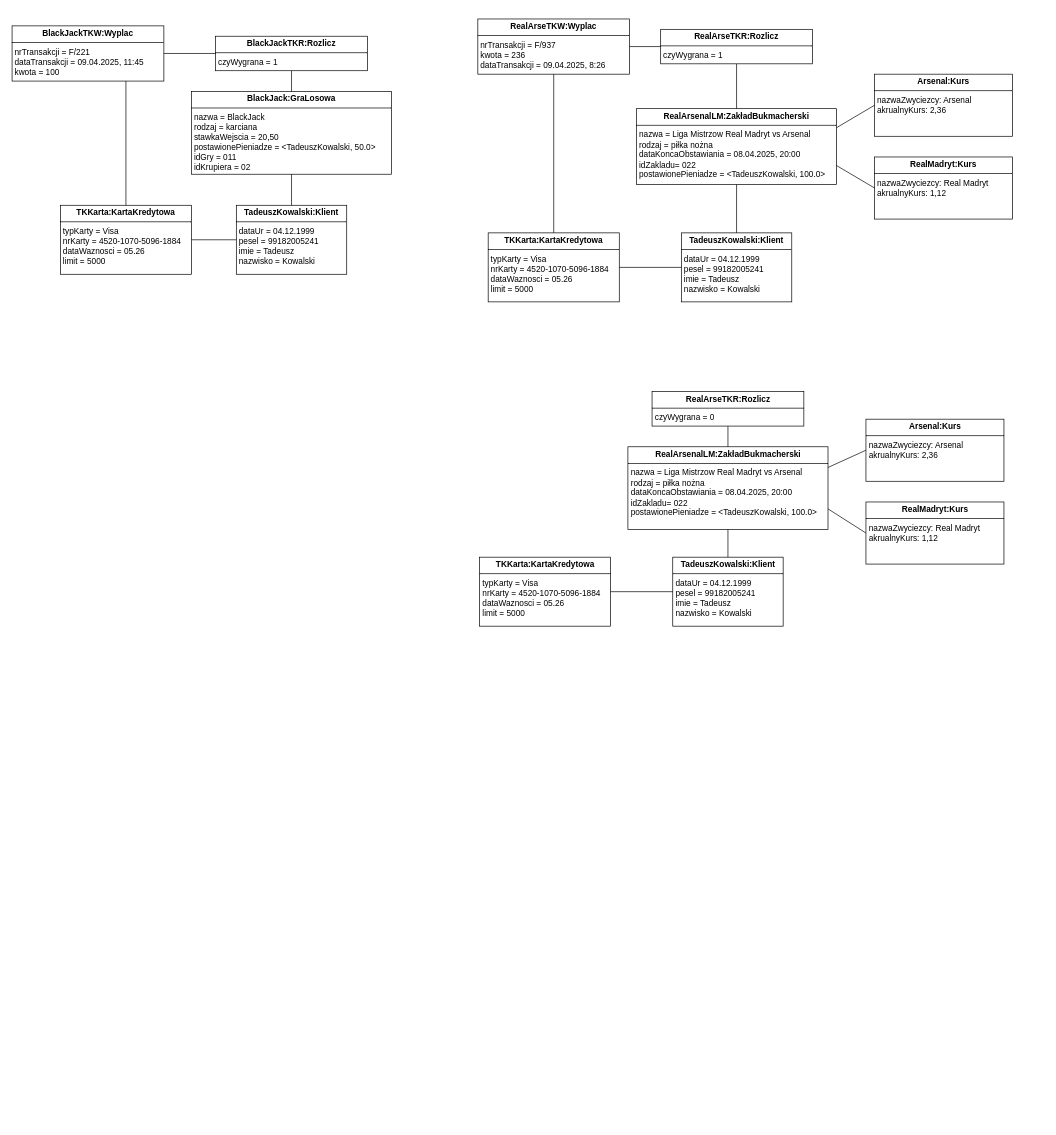
TISharker/PSI_Projekt keeps this draw.io diagram as cw5/diagram_obiektow.drawio. Above is the earlier version. Source tidied: cells renumbered, new cells numbered last; positions are measured from the earlier drawing's top-left corner, leaving out a move shared by most shapes. Both pictures are drawn from the tidied source at 69%, with x=0, y=0 at pixel (12, 19).
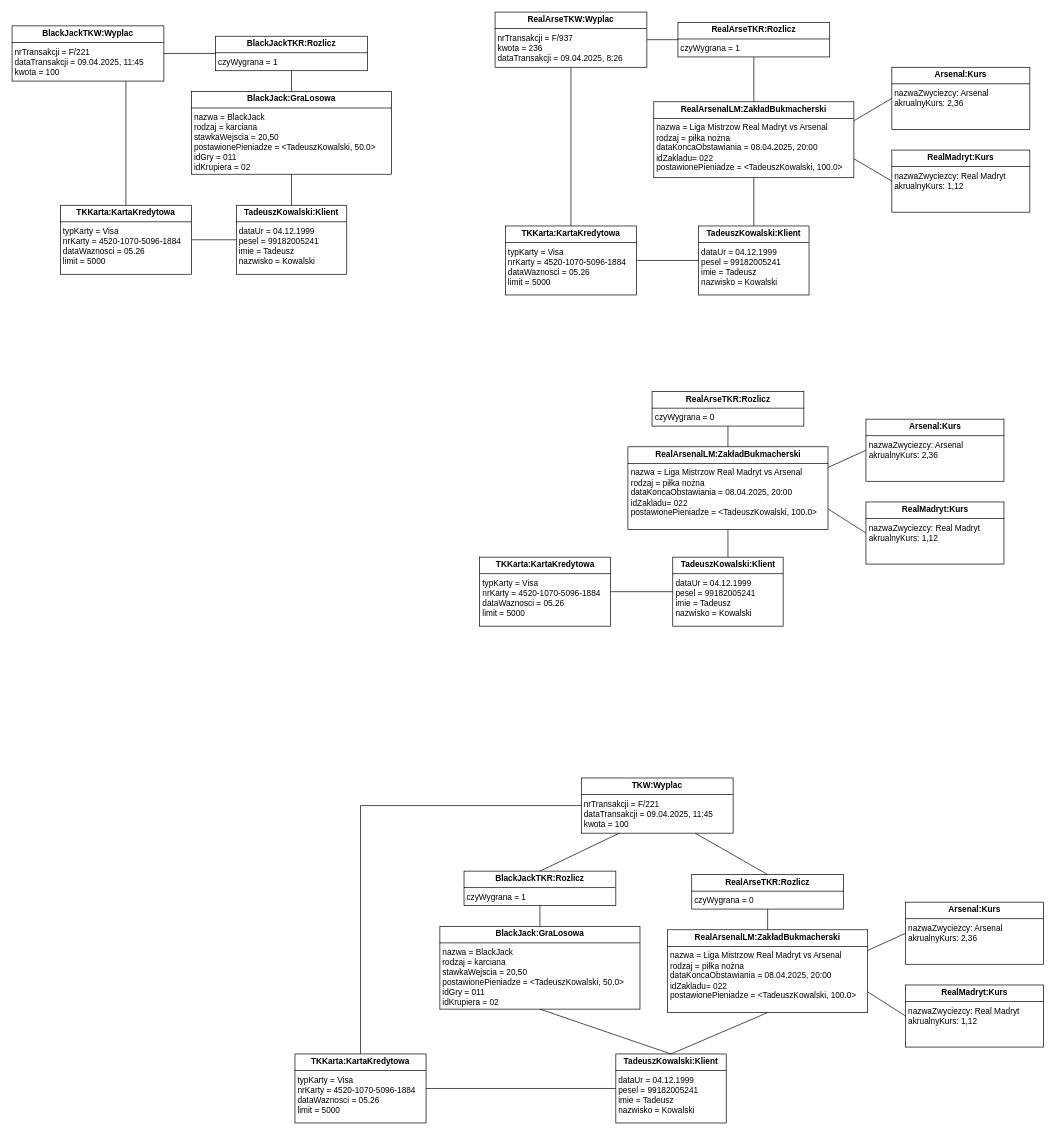
Above is the later version.

Diff of the diagram source:
```diff
@@
     <mxCell id="2" value="&lt;p style=&quot;margin:0px;margin-top:4px;text-align:center;&quot;&gt;&lt;b&gt;RealArsenalLM:ZakładBukmacherski&lt;/b&gt;&lt;/p&gt;&lt;hr size=&quot;1&quot; style=&quot;border-style:solid;&quot;&gt;&lt;p style=&quot;margin:0px;margin-left:4px;&quot;&gt;nazwa = Liga Mistrzow Real Madryt vs Arsenal&lt;/p&gt;&lt;p style=&quot;margin:0px;margin-left:4px;&quot;&gt;rodzaj = piłka nożna&lt;/p&gt;&lt;p style=&quot;margin:0px;margin-left:4px;&quot;&gt;dataKoncaObstawiania = 08.04.2025, 20:00&lt;/p&gt;&lt;p style=&quot;margin:0px;margin-left:4px;&quot;&gt;idZakladu= 022&lt;/p&gt;&lt;p style=&quot;margin:0px;margin-left:4px;&quot;&gt;postawionePieniadze = &amp;lt;TadeuszKowalski, 100.0&amp;gt;&lt;/p&gt;" style="verticalAlign=top;align=left;overflow=fill;html=1;whiteSpace=wrap;" parent="1" vertex="1">
-      <mxGeometry x="905" y="130" width="290" height="110" as="geometry" />
+      <mxGeometry x="930" y="120" width="290" height="110" as="geometry" />
     </mxCell>
@@
     <mxCell id="5" value="&lt;p style=&quot;margin:0px;margin-top:4px;text-align:center;&quot;&gt;&lt;b&gt;RealMadryt:Kurs&lt;/b&gt;&lt;/p&gt;&lt;hr size=&quot;1&quot; style=&quot;border-style:solid;&quot;&gt;&lt;p style=&quot;margin:0px;margin-left:4px;&quot;&gt;nazwaZwyciezcy: Real Madryt&lt;/p&gt;&lt;p style=&quot;margin:0px;margin-left:4px;&quot;&gt;akrualnyKurs: 1,12&lt;/p&gt;" style="verticalAlign=top;align=left;overflow=fill;html=1;whiteSpace=wrap;" parent="1" vertex="1">
-      <mxGeometry x="1250" y="200" width="200" height="90" as="geometry" />
+      <mxGeometry x="1275" y="190" width="200" height="90" as="geometry" />
     </mxCell>
@@
     <mxCell id="10" value="&lt;p style=&quot;margin:0px;margin-top:4px;text-align:center;&quot;&gt;&lt;b&gt;TadeuszKowalski:Klient&lt;/b&gt;&lt;/p&gt;&lt;hr size=&quot;1&quot; style=&quot;border-style:solid;&quot;&gt;&lt;p style=&quot;margin:0px;margin-left:4px;&quot;&gt;dataUr = 04.12.1999&lt;/p&gt;&lt;p style=&quot;margin:0px;margin-left:4px;&quot;&gt;pesel = 99182005241&lt;/p&gt;&lt;p style=&quot;margin:0px;margin-left:4px;&quot;&gt;imie = Tadeusz&lt;/p&gt;&lt;p style=&quot;margin:0px;margin-left:4px;&quot;&gt;nazwisko = Kowalski&lt;/p&gt;" style="verticalAlign=top;align=left;overflow=fill;html=1;whiteSpace=wrap;" parent="1" vertex="1">
-      <mxGeometry x="970" y="310" width="160" height="100" as="geometry" />
+      <mxGeometry x="995" y="300" width="160" height="100" as="geometry" />
     </mxCell>
     <mxCell id="11" value="&lt;p style=&quot;margin:0px;margin-top:4px;text-align:center;&quot;&gt;&lt;b&gt;TKKarta:KartaKredytowa&lt;/b&gt;&lt;/p&gt;&lt;hr size=&quot;1&quot; style=&quot;border-style:solid;&quot;&gt;&lt;p style=&quot;margin:0px;margin-left:4px;&quot;&gt;typKarty = Visa&lt;/p&gt;&lt;p style=&quot;margin:0px;margin-left:4px;&quot;&gt;nrKarty = 4520-1070-5096-1884&lt;/p&gt;&lt;p style=&quot;margin:0px;margin-left:4px;&quot;&gt;dataWaznosci = 05.26&lt;/p&gt;&lt;p style=&quot;margin:0px;margin-left:4px;&quot;&gt;limit = 5000&lt;/p&gt;&lt;p style=&quot;margin:0px;margin-left:4px;&quot;&gt;&lt;br&gt;&lt;/p&gt;" style="verticalAlign=top;align=left;overflow=fill;html=1;whiteSpace=wrap;" parent="1" vertex="1">
-      <mxGeometry x="690" y="310" width="190" height="100" as="geometry" />
+      <mxGeometry x="715" y="300" width="190" height="100" as="geometry" />
     </mxCell>
@@
     <mxCell id="13" value="&lt;p style=&quot;margin:0px;margin-top:4px;text-align:center;&quot;&gt;&lt;b&gt;Arsenal:Kurs&lt;/b&gt;&lt;/p&gt;&lt;hr size=&quot;1&quot; style=&quot;border-style:solid;&quot;&gt;&lt;p style=&quot;margin:0px;margin-left:4px;&quot;&gt;nazwaZwyciezcy: Arsenal&lt;/p&gt;&lt;p style=&quot;margin:0px;margin-left:4px;&quot;&gt;akrualnyKurs: 2,36&lt;/p&gt;" style="verticalAlign=top;align=left;overflow=fill;html=1;whiteSpace=wrap;" parent="1" vertex="1">
-      <mxGeometry x="1250" y="80" width="200" height="90" as="geometry" />
+      <mxGeometry x="1275" y="70" width="200" height="90" as="geometry" />
     </mxCell>
@@
     <mxCell id="18" value="&lt;p style=&quot;margin:0px;margin-top:4px;text-align:center;&quot;&gt;&lt;b&gt;RealArseTKW:Wyplac&lt;/b&gt;&lt;/p&gt;&lt;hr size=&quot;1&quot; style=&quot;border-style:solid;&quot;&gt;&lt;p style=&quot;margin:0px;margin-left:4px;&quot;&gt;nrTransakcji = F/937&lt;/p&gt;&lt;p style=&quot;margin:0px;margin-left:4px;&quot;&gt;kwota = 236&lt;/p&gt;&lt;p style=&quot;margin:0px;margin-left:4px;&quot;&gt;dataTransakcji = 09.04.2025, 8:26&lt;/p&gt;&lt;p style=&quot;margin:0px;margin-left:4px;&quot;&gt;&lt;br&gt;&lt;/p&gt;&lt;p style=&quot;margin:0px;margin-left:4px;&quot;&gt;&lt;br&gt;&lt;/p&gt;" style="verticalAlign=top;align=left;overflow=fill;html=1;whiteSpace=wrap;" parent="1" vertex="1">
-      <mxGeometry x="675" width="220" height="80" as="geometry" />
+      <mxGeometry x="700" y="-10" width="220" height="80" as="geometry" />
     </mxCell>
@@
     <mxCell id="23" value="&lt;p style=&quot;margin:0px;margin-top:4px;text-align:center;&quot;&gt;&lt;b&gt;RealArseTKR:Rozlicz&lt;/b&gt;&lt;/p&gt;&lt;hr size=&quot;1&quot; style=&quot;border-style:solid;&quot;&gt;&lt;p style=&quot;margin:0px;margin-left:4px;&quot;&gt;czyWygrana = 1&lt;/p&gt;&lt;p style=&quot;margin:0px;margin-left:4px;&quot;&gt;&lt;br&gt;&lt;/p&gt;&lt;p style=&quot;margin:0px;margin-left:4px;&quot;&gt;&lt;br&gt;&lt;/p&gt;" style="verticalAlign=top;align=left;overflow=fill;html=1;whiteSpace=wrap;" parent="1" vertex="1">
-      <mxGeometry x="940" y="15" width="220" height="50" as="geometry" />
+      <mxGeometry x="965" y="5" width="220" height="50" as="geometry" />
     </mxCell>
@@
+    <mxCell id="37" value="&lt;p style=&quot;margin:0px;margin-top:4px;text-align:center;&quot;&gt;&lt;b&gt;TadeuszKowalski:Klient&lt;/b&gt;&lt;/p&gt;&lt;hr size=&quot;1&quot; style=&quot;border-style:solid;&quot;&gt;&lt;p style=&quot;margin:0px;margin-left:4px;&quot;&gt;dataUr = 04.12.1999&lt;/p&gt;&lt;p style=&quot;margin:0px;margin-left:4px;&quot;&gt;pesel = 99182005241&lt;/p&gt;&lt;p style=&quot;margin:0px;margin-left:4px;&quot;&gt;imie = Tadeusz&lt;/p&gt;&lt;p style=&quot;margin:0px;margin-left:4px;&quot;&gt;nazwisko = Kowalski&lt;/p&gt;" style="verticalAlign=top;align=left;overflow=fill;html=1;whiteSpace=wrap;" parent="1" vertex="1">
+      <mxGeometry x="875" y="1500" width="160" height="100" as="geometry" />
+    </mxCell>
+    <mxCell id="38" value="&lt;p style=&quot;margin:0px;margin-top:4px;text-align:center;&quot;&gt;&lt;b&gt;TKKarta:KartaKredytowa&lt;/b&gt;&lt;/p&gt;&lt;hr size=&quot;1&quot; style=&quot;border-style:solid;&quot;&gt;&lt;p style=&quot;margin:0px;margin-left:4px;&quot;&gt;typKarty = Visa&lt;/p&gt;&lt;p style=&quot;margin:0px;margin-left:4px;&quot;&gt;nrKarty = 4520-1070-5096-1884&lt;/p&gt;&lt;p style=&quot;margin:0px;margin-left:4px;&quot;&gt;dataWaznosci = 05.26&lt;/p&gt;&lt;p style=&quot;margin:0px;margin-left:4px;&quot;&gt;limit = 5000&lt;/p&gt;&lt;p style=&quot;margin:0px;margin-left:4px;&quot;&gt;&lt;br&gt;&lt;/p&gt;" style="verticalAlign=top;align=left;overflow=fill;html=1;whiteSpace=wrap;" parent="1" vertex="1">
+      <mxGeometry x="410" y="1500" width="190" height="100" as="geometry" />
+    </mxCell>
+    <mxCell id="39" value="&lt;p style=&quot;margin:0px;margin-top:4px;text-align:center;&quot;&gt;&lt;b&gt;BlackJack:GraLosowa&lt;/b&gt;&lt;/p&gt;&lt;hr size=&quot;1&quot; style=&quot;border-style:solid;&quot;&gt;&lt;p style=&quot;margin:0px;margin-left:4px;&quot;&gt;nazwa = BlackJack&lt;/p&gt;&lt;p style=&quot;margin:0px;margin-left:4px;&quot;&gt;rodzaj = karciana&lt;/p&gt;&lt;p style=&quot;margin:0px;margin-left:4px;&quot;&gt;stawkaWejscia = 20,50&lt;/p&gt;&lt;p style=&quot;margin:0px;margin-left:4px;&quot;&gt;postawionePieniadze = &amp;lt;TadeuszKowalski, 50.0&amp;gt;&lt;/p&gt;&lt;p style=&quot;margin:0px;margin-left:4px;&quot;&gt;idGry = 011&lt;/p&gt;&lt;p style=&quot;margin:0px;margin-left:4px;&quot;&gt;idKrupiera = 02&lt;/p&gt;" style="verticalAlign=top;align=left;overflow=fill;html=1;whiteSpace=wrap;" parent="1" vertex="1">
+      <mxGeometry x="620" y="1315" width="290" height="120" as="geometry" />
+    </mxCell>
+    <mxCell id="40" style="endArrow=none;html=1;rounded=0;exitX=1;exitY=0.5;exitDx=0;exitDy=0;entryX=0;entryY=0.5;entryDx=0;entryDy=0;" parent="1" edge="1" source="38" target="37">
+      <mxGeometry relative="1" as="geometry" />
+    </mxCell>
+    <mxCell id="41" style="endArrow=none;html=1;rounded=0;exitX=0.5;exitY=0;exitDx=0;exitDy=0;entryX=0.5;entryY=1;entryDx=0;entryDy=0;" parent="1" edge="1" source="37" target="39">
+      <mxGeometry relative="1" as="geometry" />
+    </mxCell>
+    <mxCell id="42" style="endArrow=none;html=1;rounded=0;entryX=0.5;entryY=0;entryDx=0;entryDy=0;exitX=0.5;exitY=1;exitDx=0;exitDy=0;" parent="1" edge="1" source="44" target="39">
+      <mxGeometry relative="1" as="geometry" />
+    </mxCell>
+    <mxCell id="43" value="&lt;p style=&quot;margin:0px;margin-top:4px;text-align:center;&quot;&gt;&lt;b&gt;TKW:Wyplac&lt;/b&gt;&lt;/p&gt;&lt;hr size=&quot;1&quot; style=&quot;border-style:solid;&quot;&gt;&lt;p style=&quot;margin:0px;margin-left:4px;&quot;&gt;nrTransakcji = F/221&lt;/p&gt;&lt;p style=&quot;margin:0px;margin-left:4px;&quot;&gt;dataTransakcji = 09.04.2025, 11:45&lt;/p&gt;&lt;p style=&quot;margin:0px;margin-left:4px;&quot;&gt;kwota = 100&lt;/p&gt;&lt;p style=&quot;margin:0px;margin-left:4px;&quot;&gt;&lt;br&gt;&lt;/p&gt;&lt;p style=&quot;margin:0px;margin-left:4px;&quot;&gt;&lt;br&gt;&lt;/p&gt;" style="verticalAlign=top;align=left;overflow=fill;html=1;whiteSpace=wrap;" parent="1" vertex="1">
+      <mxGeometry x="825" y="1100" width="220" height="80" as="geometry" />
+    </mxCell>
+    <mxCell id="44" value="&lt;p style=&quot;margin:0px;margin-top:4px;text-align:center;&quot;&gt;&lt;b&gt;BlackJackTKR:Rozlicz&lt;/b&gt;&lt;/p&gt;&lt;hr size=&quot;1&quot; style=&quot;border-style:solid;&quot;&gt;&lt;p style=&quot;margin:0px;margin-left:4px;&quot;&gt;czyWygrana = 1&lt;/p&gt;&lt;p style=&quot;margin:0px;margin-left:4px;&quot;&gt;&lt;br&gt;&lt;/p&gt;&lt;p style=&quot;margin:0px;margin-left:4px;&quot;&gt;&lt;br&gt;&lt;/p&gt;" style="verticalAlign=top;align=left;overflow=fill;html=1;whiteSpace=wrap;" parent="1" vertex="1">
+      <mxGeometry x="655" y="1235" width="220" height="50" as="geometry" />
+    </mxCell>
+    <mxCell id="45" style="endArrow=none;html=1;rounded=0;exitX=0.5;exitY=0;exitDx=0;exitDy=0;entryX=0;entryY=0.5;entryDx=0;entryDy=0;" parent="1" edge="1" source="38" target="43">
+      <mxGeometry relative="1" as="geometry">
+        <Array as="points">
+          <mxPoint x="505" y="1140" />
+        </Array>
+      </mxGeometry>
+    </mxCell>
+    <mxCell id="46" value="&lt;p style=&quot;margin:0px;margin-top:4px;text-align:center;&quot;&gt;&lt;b&gt;RealArsenalLM:ZakładBukmacherski&lt;/b&gt;&lt;/p&gt;&lt;hr size=&quot;1&quot; style=&quot;border-style:solid;&quot;&gt;&lt;p style=&quot;margin:0px;margin-left:4px;&quot;&gt;nazwa = Liga Mistrzow Real Madryt vs Arsenal&lt;/p&gt;&lt;p style=&quot;margin:0px;margin-left:4px;&quot;&gt;rodzaj = piłka nożna&lt;/p&gt;&lt;p style=&quot;margin:0px;margin-left:4px;&quot;&gt;dataKoncaObstawiania = 08.04.2025, 20:00&lt;/p&gt;&lt;p style=&quot;margin:0px;margin-left:4px;&quot;&gt;idZakladu= 022&lt;/p&gt;&lt;p style=&quot;margin:0px;margin-left:4px;&quot;&gt;postawionePieniadze = &amp;lt;TadeuszKowalski, 100.0&amp;gt;&lt;/p&gt;&lt;p style=&quot;margin:0px;margin-left:4px;&quot;&gt;&lt;br&gt;&lt;/p&gt;" style="verticalAlign=top;align=left;overflow=fill;html=1;whiteSpace=wrap;" parent="1" vertex="1">
+      <mxGeometry x="950" y="1320" width="290" height="120" as="geometry" />
+    </mxCell>
+    <mxCell id="47" value="&lt;p style=&quot;margin:0px;margin-top:4px;text-align:center;&quot;&gt;&lt;b&gt;RealMadryt:Kurs&lt;/b&gt;&lt;/p&gt;&lt;hr size=&quot;1&quot; style=&quot;border-style:solid;&quot;&gt;&lt;p style=&quot;margin:0px;margin-left:4px;&quot;&gt;nazwaZwyciezcy: Real Madryt&lt;/p&gt;&lt;p style=&quot;margin:0px;margin-left:4px;&quot;&gt;akrualnyKurs: 1,12&lt;/p&gt;" style="verticalAlign=top;align=left;overflow=fill;html=1;whiteSpace=wrap;" parent="1" vertex="1">
+      <mxGeometry x="1295" y="1400" width="200" height="90" as="geometry" />
+    </mxCell>
+    <mxCell id="48" value="&lt;p style=&quot;margin:0px;margin-top:4px;text-align:center;&quot;&gt;&lt;b&gt;Arsenal:Kurs&lt;/b&gt;&lt;/p&gt;&lt;hr size=&quot;1&quot; style=&quot;border-style:solid;&quot;&gt;&lt;p style=&quot;margin:0px;margin-left:4px;&quot;&gt;nazwaZwyciezcy: Arsenal&lt;/p&gt;&lt;p style=&quot;margin:0px;margin-left:4px;&quot;&gt;akrualnyKurs: 2,36&lt;/p&gt;" style="verticalAlign=top;align=left;overflow=fill;html=1;whiteSpace=wrap;" parent="1" vertex="1">
+      <mxGeometry x="1295" y="1280" width="200" height="90" as="geometry" />
+    </mxCell>
+    <mxCell id="49" style="endArrow=none;html=1;rounded=0;exitX=0.5;exitY=0;exitDx=0;exitDy=0;entryX=0.5;entryY=1;entryDx=0;entryDy=0;" parent="1" edge="1" source="37" target="46">
+      <mxGeometry relative="1" as="geometry" />
+    </mxCell>
+    <mxCell id="50" style="endArrow=none;html=1;rounded=0;exitX=1;exitY=0.75;exitDx=0;exitDy=0;entryX=0;entryY=0.5;entryDx=0;entryDy=0;" parent="1" edge="1" source="46" target="47">
+      <mxGeometry relative="1" as="geometry" />
+    </mxCell>
+    <mxCell id="51" style="endArrow=none;html=1;rounded=0;exitX=1;exitY=0.25;exitDx=0;exitDy=0;entryX=0;entryY=0.5;entryDx=0;entryDy=0;" parent="1" edge="1" source="46" target="48">
+      <mxGeometry relative="1" as="geometry" />
+    </mxCell>
+    <mxCell id="52" style="endArrow=none;html=1;rounded=0;exitX=0.5;exitY=0;exitDx=0;exitDy=0;entryX=0.5;entryY=1;entryDx=0;entryDy=0;" parent="1" edge="1" source="46" target="53">
+      <mxGeometry relative="1" as="geometry" />
+    </mxCell>
+    <mxCell id="53" value="&lt;p style=&quot;margin:0px;margin-top:4px;text-align:center;&quot;&gt;&lt;b&gt;RealArseTKR:Rozlicz&lt;/b&gt;&lt;/p&gt;&lt;hr size=&quot;1&quot; style=&quot;border-style:solid;&quot;&gt;&lt;p style=&quot;margin:0px;margin-left:4px;&quot;&gt;czyWygrana = 0&lt;/p&gt;&lt;p style=&quot;margin:0px;margin-left:4px;&quot;&gt;&lt;br&gt;&lt;/p&gt;&lt;p style=&quot;margin:0px;margin-left:4px;&quot;&gt;&lt;br&gt;&lt;/p&gt;" style="verticalAlign=top;align=left;overflow=fill;html=1;whiteSpace=wrap;" parent="1" vertex="1">
+      <mxGeometry x="985" y="1240" width="220" height="50" as="geometry" />
+    </mxCell>
+    <mxCell id="54" style="endArrow=none;html=1;rounded=0;exitX=0.5;exitY=0;exitDx=0;exitDy=0;entryX=0.25;entryY=1;entryDx=0;entryDy=0;" parent="1" edge="1" source="44" target="43">
+      <mxGeometry relative="1" as="geometry" />
+    </mxCell>
+    <mxCell id="55" style="endArrow=none;html=1;rounded=0;exitX=0.5;exitY=0;exitDx=0;exitDy=0;entryX=0.75;entryY=1;entryDx=0;entryDy=0;" parent="1" edge="1" source="53" target="43">
+      <mxGeometry relative="1" as="geometry" />
+    </mxCell>
```
